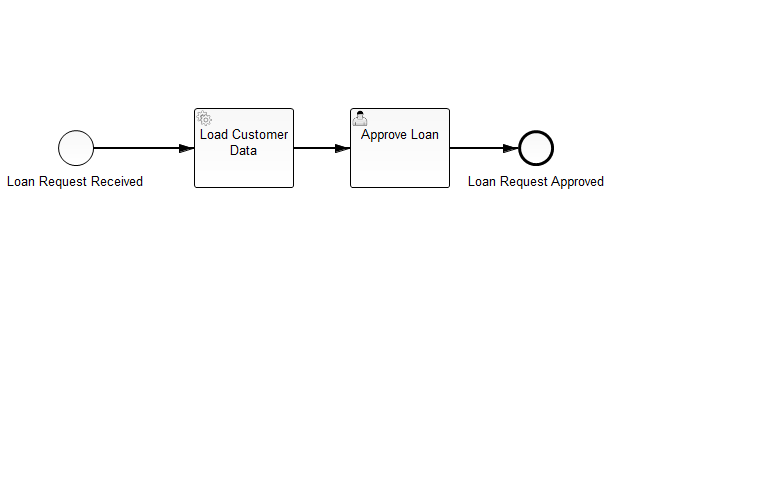
Earlier version of the BPMN export hands-on-6/src/main/resources/loan-approval.png (premscis/HandsOnProjects). Its source is kept beside it as hands-on-6/src/main/resources/loan-approval.bpmn. Ids are renumbered. Source of this version:
```xml
<bpmn2:definitions xmlns:xsi="http://www.w3.org/2001/XMLSchema-instance" xmlns:activiti="http://activiti.org/bpmn" xmlns:bpmn2="http://www.omg.org/spec/BPMN/20100524/MODEL" xmlns:bpmndi="http://www.omg.org/spec/BPMN/20100524/DI" xmlns:dc="http://www.omg.org/spec/DD/20100524/DC" xmlns:di="http://www.omg.org/spec/DD/20100524/DI" xsi:schemaLocation="http://www.omg.org/spec/BPMN/20100524/MODEL BPMN20.xsd" id="_uki7AAOBEeO9k4QUBktDLw" targetNamespace="http://activiti.org/bpmn">
  <bpmn2:process id="hands-on-6" name="Hands-on 6" isExecutable="true">
    <bpmn2:startEvent id="StartEvent_1" activiti:formKey="embedded:app:forms/request-loan.html" name="Loan Request Received">
      <bpmn2:outgoing>SequenceFlow_5</bpmn2:outgoing>
    </bpmn2:startEvent>
    <bpmn2:userTask id="UserTask_1" activiti:assignee="john" activiti:formKey="embedded:app:forms/approve-loan.html" name="Approve Loan">
      <bpmn2:incoming>SequenceFlow_6</bpmn2:incoming>
      <bpmn2:outgoing>SequenceFlow_4</bpmn2:outgoing>
    </bpmn2:userTask>
    <bpmn2:sequenceFlow id="SequenceFlow_4" name="" sourceRef="UserTask_1" targetRef="EndEvent_1"/>
    <bpmn2:serviceTask id="ServiceTask_1" activiti:expression="#{customerService.loadCustomer()}" name="Load Customer Data">
      <bpmn2:incoming>SequenceFlow_5</bpmn2:incoming>
      <bpmn2:outgoing>SequenceFlow_6</bpmn2:outgoing>
    </bpmn2:serviceTask>
    <bpmn2:sequenceFlow id="SequenceFlow_5" name="" sourceRef="StartEvent_1" targetRef="ServiceTask_1"/>
    <bpmn2:sequenceFlow id="SequenceFlow_6" name="" sourceRef="ServiceTask_1" targetRef="UserTask_1"/>
    <bpmn2:endEvent id="EndEvent_1" name="Loan Request Approved">
      <bpmn2:incoming>SequenceFlow_4</bpmn2:incoming>
    </bpmn2:endEvent>
  </bpmn2:process>
  <bpmndi:BPMNDiagram id="BPMNDiagram_1" name="Hands-on 6">
    <bpmndi:BPMNPlane id="BPMNPlane_1" bpmnElement="hands-on-6">
      <bpmndi:BPMNShape id="_BPMNShape_StartEvent_3" bpmnElement="StartEvent_1">
        <dc:Bounds height="36.0" width="36.0" x="44.0" y="130.0"/>
      </bpmndi:BPMNShape>
      <bpmndi:BPMNShape id="_BPMNShape_UserTask_4" bpmnElement="UserTask_1">
        <dc:Bounds height="80.0" width="100.0" x="336.0" y="108.0"/>
      </bpmndi:BPMNShape>
      <bpmndi:BPMNShape id="_BPMNShape_EndEvent_3" bpmnElement="EndEvent_1">
        <dc:Bounds height="36.0" width="36.0" x="504.0" y="130.0"/>
        <bpmndi:BPMNLabel>
          <dc:Bounds height="22.0" width="143.0" x="451.0" y="171.0"/>
        </bpmndi:BPMNLabel>
      </bpmndi:BPMNShape>
      <bpmndi:BPMNEdge id="BPMNEdge_SequenceFlow_4" bpmnElement="SequenceFlow_4" sourceElement="_BPMNShape_UserTask_4" targetElement="_BPMNShape_EndEvent_3">
        <di:waypoint xsi:type="dc:Point" x="436.0" y="148.0"/>
        <di:waypoint xsi:type="dc:Point" x="504.0" y="148.0"/>
        <bpmndi:BPMNLabel>
          <dc:Bounds height="6.0" width="6.0" x="500.0" y="148.0"/>
        </bpmndi:BPMNLabel>
      </bpmndi:BPMNEdge>
      <bpmndi:BPMNShape id="_BPMNShape_ServiceTask_3" bpmnElement="ServiceTask_1">
        <dc:Bounds height="80.0" width="100.0" x="180.0" y="108.0"/>
      </bpmndi:BPMNShape>
      <bpmndi:BPMNEdge id="BPMNEdge_SequenceFlow_5" bpmnElement="SequenceFlow_5" sourceElement="_BPMNShape_StartEvent_3" targetElement="_BPMNShape_ServiceTask_3">
        <di:waypoint xsi:type="dc:Point" x="80.0" y="148.0"/>
        <di:waypoint xsi:type="dc:Point" x="180.0" y="148.0"/>
      </bpmndi:BPMNEdge>
      <bpmndi:BPMNEdge id="BPMNEdge_SequenceFlow_6" bpmnElement="SequenceFlow_6" sourceElement="_BPMNShape_ServiceTask_3" targetElement="_BPMNShape_UserTask_4">
        <di:waypoint xsi:type="dc:Point" x="280.0" y="148.0"/>
        <di:waypoint xsi:type="dc:Point" x="336.0" y="148.0"/>
      </bpmndi:BPMNEdge>
    </bpmndi:BPMNPlane>
  </bpmndi:BPMNDiagram>
</bpmn2:definitions>
```
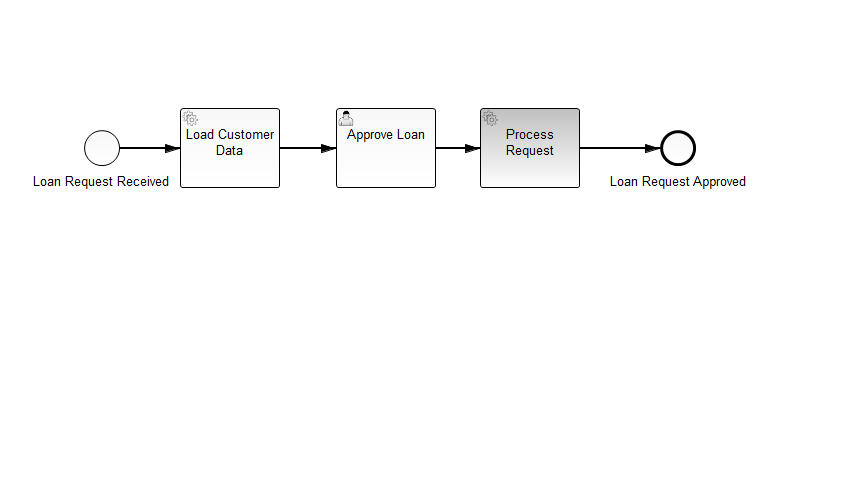
Above is the later version.

Diff of the diagram source:
```diff
@@ -1,55 +1,76 @@
 <bpmn2:definitions xmlns:xsi="http://www.w3.org/2001/XMLSchema-instance" xmlns:activiti="http://activiti.org/bpmn" xmlns:bpmn2="http://www.omg.org/spec/BPMN/20100524/MODEL" xmlns:bpmndi="http://www.omg.org/spec/BPMN/20100524/DI" xmlns:dc="http://www.omg.org/spec/DD/20100524/DC" xmlns:di="http://www.omg.org/spec/DD/20100524/DI" xsi:schemaLocation="http://www.omg.org/spec/BPMN/20100524/MODEL BPMN20.xsd" id="_uki7AAOBEeO9k4QUBktDLw" targetNamespace="http://activiti.org/bpmn">
-  <bpmn2:process id="hands-on-6" name="Hands-on 6" isExecutable="true">
-    <bpmn2:startEvent id="StartEvent_1" activiti:formKey="embedded:app:forms/request-loan.html" name="Loan Request Received">
-      <bpmn2:outgoing>SequenceFlow_5</bpmn2:outgoing>
-    </bpmn2:startEvent>
+  <bpmn2:process id="loan-approval-ee" name="Loan Approval EE" isExecutable="true">
     <bpmn2:userTask id="UserTask_1" activiti:assignee="john" activiti:formKey="embedded:app:forms/approve-loan.html" name="Approve Loan">
       <bpmn2:incoming>SequenceFlow_6</bpmn2:incoming>
       <bpmn2:outgoing>SequenceFlow_4</bpmn2:outgoing>
     </bpmn2:userTask>
-    <bpmn2:sequenceFlow id="SequenceFlow_4" name="" sourceRef="UserTask_1" targetRef="EndEvent_1"/>
+    <bpmn2:sequenceFlow id="SequenceFlow_4" name="" sourceRef="UserTask_1" targetRef="ServiceTask_2"/>
     <bpmn2:serviceTask id="ServiceTask_1" activiti:expression="#{customerService.loadCustomer()}" name="Load Customer Data">
       <bpmn2:incoming>SequenceFlow_5</bpmn2:incoming>
       <bpmn2:outgoing>SequenceFlow_6</bpmn2:outgoing>
     </bpmn2:serviceTask>
+    <bpmn2:sequenceFlow id="SequenceFlow_6" name="" sourceRef="ServiceTask_1" targetRef="UserTask_1"/>
+    <bpmn2:startEvent id="StartEvent_1" activiti:formKey="embedded:app:forms/request-loan.html" name="Loan Request Received">
+      <bpmn2:outgoing>SequenceFlow_5</bpmn2:outgoing>
+    </bpmn2:startEvent>
     <bpmn2:sequenceFlow id="SequenceFlow_5" name="" sourceRef="StartEvent_1" targetRef="ServiceTask_1"/>
-    <bpmn2:sequenceFlow id="SequenceFlow_6" name="" sourceRef="ServiceTask_1" targetRef="UserTask_1"/>
+    <bpmn2:serviceTask id="ServiceTask_2" activiti:expression="#{processRequestService.processRequest()}" name="Process Request">
+      <bpmn2:incoming>SequenceFlow_4</bpmn2:incoming>
+      <bpmn2:outgoing>SequenceFlow_1</bpmn2:outgoing>
+    </bpmn2:serviceTask>
+    <bpmn2:sequenceFlow id="SequenceFlow_1" name="" sourceRef="ServiceTask_2" targetRef="EndEvent_1"/>
     <bpmn2:endEvent id="EndEvent_1" name="Loan Request Approved">
-      <bpmn2:incoming>SequenceFlow_4</bpmn2:incoming>
+      <bpmn2:incoming>SequenceFlow_1</bpmn2:incoming>
     </bpmn2:endEvent>
   </bpmn2:process>
-  <bpmndi:BPMNDiagram id="BPMNDiagram_1" name="Hands-on 6">
-    <bpmndi:BPMNPlane id="BPMNPlane_1" bpmnElement="hands-on-6">
+  <bpmndi:BPMNDiagram id="BPMNDiagram_1" name="Loan Approval EE">
+    <bpmndi:BPMNPlane id="BPMNPlane_1" bpmnElement="loan-approval-ee">
       <bpmndi:BPMNShape id="_BPMNShape_StartEvent_3" bpmnElement="StartEvent_1">
-        <dc:Bounds height="36.0" width="36.0" x="44.0" y="130.0"/>
+        <dc:Bounds height="36.0" width="36.0" x="84.0" y="130.0"/>
+        <bpmndi:BPMNLabel>
+          <dc:Bounds height="22.0" width="142.0" x="31.0" y="171.0"/>
+        </bpmndi:BPMNLabel>
       </bpmndi:BPMNShape>
       <bpmndi:BPMNShape id="_BPMNShape_UserTask_4" bpmnElement="UserTask_1">
         <dc:Bounds height="80.0" width="100.0" x="336.0" y="108.0"/>
       </bpmndi:BPMNShape>
       <bpmndi:BPMNShape id="_BPMNShape_EndEvent_3" bpmnElement="EndEvent_1">
-        <dc:Bounds height="36.0" width="36.0" x="504.0" y="130.0"/>
+        <dc:Bounds height="36.0" width="36.0" x="660.0" y="130.0"/>
         <bpmndi:BPMNLabel>
-          <dc:Bounds height="22.0" width="143.0" x="451.0" y="171.0"/>
+          <dc:Bounds height="22.0" width="143.0" x="607.0" y="171.0"/>
         </bpmndi:BPMNLabel>
       </bpmndi:BPMNShape>
-      <bpmndi:BPMNEdge id="BPMNEdge_SequenceFlow_4" bpmnElement="SequenceFlow_4" sourceElement="_BPMNShape_UserTask_4" targetElement="_BPMNShape_EndEvent_3">
+      <bpmndi:BPMNEdge id="BPMNEdge_SequenceFlow_4" bpmnElement="SequenceFlow_4" sourceElement="_BPMNShape_UserTask_4" targetElement="_BPMNShape_ServiceTask_5">
         <di:waypoint xsi:type="dc:Point" x="436.0" y="148.0"/>
-        <di:waypoint xsi:type="dc:Point" x="504.0" y="148.0"/>
+        <di:waypoint xsi:type="dc:Point" x="480.0" y="148.0"/>
         <bpmndi:BPMNLabel>
-          <dc:Bounds height="6.0" width="6.0" x="500.0" y="148.0"/>
+          <dc:Bounds height="6.0" width="6.0" x="455.0" y="148.0"/>
         </bpmndi:BPMNLabel>
       </bpmndi:BPMNEdge>
       <bpmndi:BPMNShape id="_BPMNShape_ServiceTask_3" bpmnElement="ServiceTask_1">
         <dc:Bounds height="80.0" width="100.0" x="180.0" y="108.0"/>
       </bpmndi:BPMNShape>
       <bpmndi:BPMNEdge id="BPMNEdge_SequenceFlow_5" bpmnElement="SequenceFlow_5" sourceElement="_BPMNShape_StartEvent_3" targetElement="_BPMNShape_ServiceTask_3">
-        <di:waypoint xsi:type="dc:Point" x="80.0" y="148.0"/>
+        <di:waypoint xsi:type="dc:Point" x="120.0" y="148.0"/>
         <di:waypoint xsi:type="dc:Point" x="180.0" y="148.0"/>
+        <bpmndi:BPMNLabel>
+          <dc:Bounds height="6.0" width="6.0" x="167.0" y="148.0"/>
+        </bpmndi:BPMNLabel>
       </bpmndi:BPMNEdge>
       <bpmndi:BPMNEdge id="BPMNEdge_SequenceFlow_6" bpmnElement="SequenceFlow_6" sourceElement="_BPMNShape_ServiceTask_3" targetElement="_BPMNShape_UserTask_4">
         <di:waypoint xsi:type="dc:Point" x="280.0" y="148.0"/>
         <di:waypoint xsi:type="dc:Point" x="336.0" y="148.0"/>
       </bpmndi:BPMNEdge>
+      <bpmndi:BPMNShape id="_BPMNShape_ServiceTask_5" bpmnElement="ServiceTask_2">
+        <dc:Bounds height="80.0" width="100.0" x="480.0" y="108.0"/>
+      </bpmndi:BPMNShape>
+      <bpmndi:BPMNEdge id="BPMNEdge_SequenceFlow_1" bpmnElement="SequenceFlow_1" sourceElement="_BPMNShape_ServiceTask_5" targetElement="_BPMNShape_EndEvent_3">
+        <di:waypoint xsi:type="dc:Point" x="580.0" y="148.0"/>
+        <di:waypoint xsi:type="dc:Point" x="660.0" y="148.0"/>
+        <bpmndi:BPMNLabel>
+          <dc:Bounds height="6.0" width="6.0" x="618.0" y="148.0"/>
+        </bpmndi:BPMNLabel>
+      </bpmndi:BPMNEdge>
     </bpmndi:BPMNPlane>
   </bpmndi:BPMNDiagram>
 </bpmn2:definitions>
```
